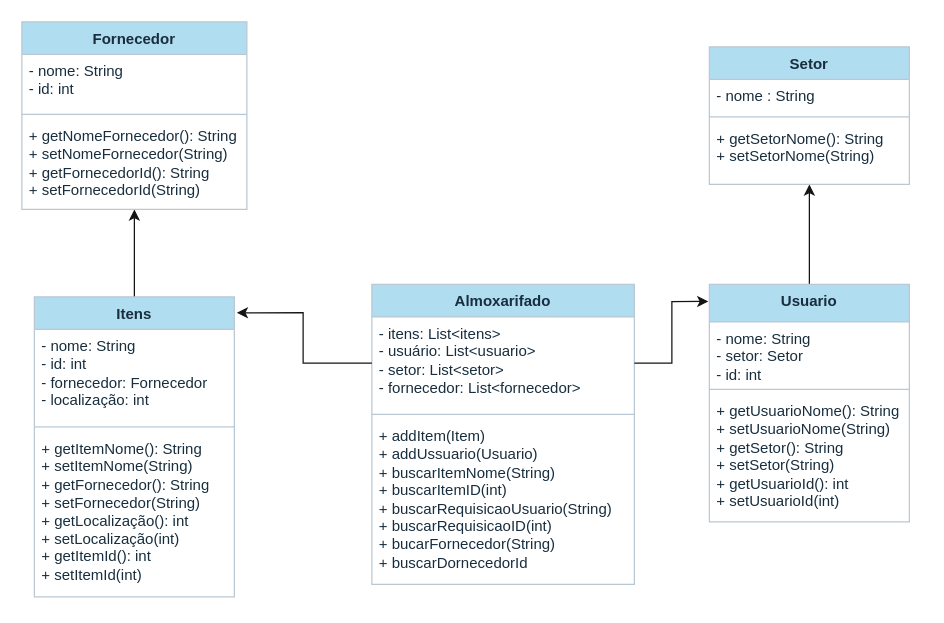
Above: Classes UML - Almox.drawio in BeatrizBonatto/Bertoti (draw.io), before the change. Source tidied: cells renumbered, new cells numbered last; positions are measured from the earlier drawing's top-left corner, leaving out a move shared by most shapes. Both pictures are drawn from the tidied source at 125%, with x=0, y=0 at pixel (21, 21).
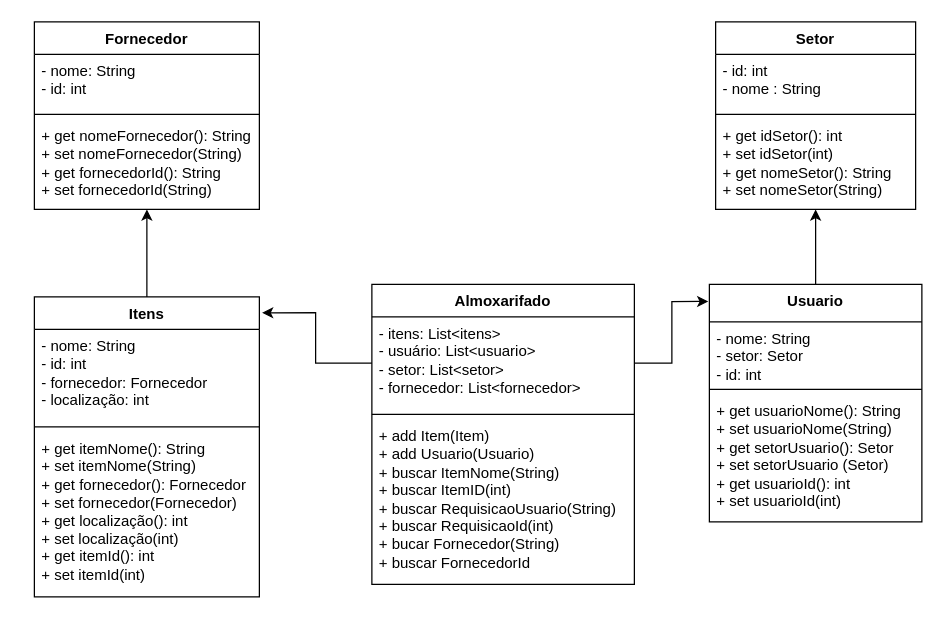
The same diagram, later.

What changed in the source:
```diff
@@
-    <mxCell id="2" value="Almoxarifado" style="swimlane;fontStyle=1;align=center;verticalAlign=top;horizontal=1;startSize=26;whiteSpace=wrap;html=1;labelBackgroundColor=none;fillColor=#B1DDF0;strokeColor=#BAC8D3;fontColor=#182E3E;" parent="1" vertex="1">
+    <mxCell id="2" value="Almoxarifado" style="swimlane;fontStyle=1;align=center;verticalAlign=top;horizontal=1;startSize=26;whiteSpace=wrap;html=1;labelBackgroundColor=none;" parent="1" vertex="1">
       <mxGeometry x="280" y="210" width="210" height="240" as="geometry" />
     </mxCell>
-    <mxCell id="3" value="- itens: List&amp;lt;itens&amp;gt;&lt;br&gt;- usuário: List&amp;lt;usuario&amp;gt;&lt;br&gt;- setor: List&amp;lt;setor&amp;gt;&lt;br&gt;- fornecedor: List&amp;lt;fornecedor&amp;gt;" style="text;strokeColor=none;fillColor=none;align=left;verticalAlign=top;spacingLeft=4;spacingRight=4;overflow=hidden;points=[[0,0.5],[1,0.5]];portConstraint=eastwest;whiteSpace=wrap;html=1;labelBackgroundColor=none;fontColor=#182E3E;" parent="2" vertex="1">
+    <mxCell id="3" value="- itens: List&amp;lt;itens&amp;gt;&lt;br&gt;- usuário: List&amp;lt;usuario&amp;gt;&lt;br&gt;- setor: List&amp;lt;setor&amp;gt;&lt;br&gt;- fornecedor: List&amp;lt;fornecedor&amp;gt;" style="text;strokeColor=none;fillColor=none;align=left;verticalAlign=top;spacingLeft=4;spacingRight=4;overflow=hidden;points=[[0,0.5],[1,0.5]];portConstraint=eastwest;whiteSpace=wrap;html=1;labelBackgroundColor=none;" parent="2" vertex="1">
       <mxGeometry y="26" width="210" height="74" as="geometry" />
     </mxCell>
-    <mxCell id="4" style="line;strokeWidth=1;fillColor=none;align=left;verticalAlign=middle;spacingTop=-1;spacingLeft=3;spacingRight=3;labelPosition=right;strokeColor=#BAC8D3;labelBackgroundColor=none;fontColor=#182E3E;" parent="2" vertex="1">
+    <mxCell id="4" style="line;strokeWidth=1;fillColor=none;align=left;verticalAlign=middle;spacingTop=-1;spacingLeft=3;spacingRight=3;labelPosition=right;labelBackgroundColor=none;" parent="2" vertex="1">
       <mxGeometry y="100" width="210" height="8" as="geometry" />
     </mxCell>
-    <mxCell id="5" value="+ addItem(Item)&lt;br&gt;+ addUssuario(Usuario)&lt;br&gt;+ buscarItemNome(String)&lt;br&gt;+ buscarItemID(int)&lt;br&gt;+ buscarRequisicaoUsuario(String)&lt;br&gt;+ buscarRequisicaoID(int)&lt;br&gt;+ bucarFornecedor(String)&lt;br&gt;+ buscarDornecedorId" style="text;strokeColor=none;fillColor=none;align=left;verticalAlign=top;spacingLeft=4;spacingRight=4;overflow=hidden;whiteSpace=wrap;html=1;labelBackgroundColor=none;fontColor=#182E3E;" parent="2" vertex="1">
+    <mxCell id="5" value="+ add Item(Item)&lt;br&gt;+ add Usuario(Usuario)&lt;br&gt;+ buscar ItemNome(String)&lt;br&gt;+ buscar ItemID(int)&lt;br&gt;+ buscar RequisicaoUsuario(String)&lt;br&gt;+ buscar RequisicaoId(int)&lt;br&gt;+ bucar Fornecedor(String)&lt;br&gt;+ buscar FornecedorId" style="text;strokeColor=none;fillColor=none;align=left;verticalAlign=top;spacingLeft=4;spacingRight=4;overflow=hidden;whiteSpace=wrap;html=1;labelBackgroundColor=none;" parent="2" vertex="1">
       <mxGeometry y="108" width="210" height="132" as="geometry" />
     </mxCell>
-    <mxCell id="6" style="edgeStyle=orthogonalEdgeStyle;rounded=0;jettySize=auto;html=1;exitX=0.5;exitY=0;exitDx=0;exitDy=0;entryX=0.5;entryY=1;entryDx=0;entryDy=0;labelBackgroundColor=none;strokeColor=#141414;fontColor=default;" parent="1" edge="1" source="7" target="16">
+    <mxCell id="6" style="edgeStyle=orthogonalEdgeStyle;rounded=0;jettySize=auto;html=1;exitX=0.5;exitY=0;exitDx=0;exitDy=0;entryX=0.5;entryY=1;entryDx=0;entryDy=0;labelBackgroundColor=none;fontColor=default;" parent="1" edge="1" source="7" target="16">
       <mxGeometry relative="1" as="geometry" />
     </mxCell>
-    <mxCell id="7" value="Itens" style="swimlane;fontStyle=1;align=center;verticalAlign=top;horizontal=1;startSize=26;whiteSpace=wrap;html=1;labelBackgroundColor=none;fillColor=#B1DDF0;strokeColor=#BAC8D3;fontColor=#182E3E;" parent="1" vertex="1">
-      <mxGeometry x="10" y="220" width="160" height="240" as="geometry" />
+    <mxCell id="7" value="Itens" style="swimlane;fontStyle=1;align=center;verticalAlign=top;horizontal=1;startSize=26;whiteSpace=wrap;html=1;labelBackgroundColor=none;" parent="1" vertex="1">
+      <mxGeometry x="10" y="220" width="180" height="240" as="geometry" />
     </mxCell>
-    <mxCell id="8" value="- nome: String&lt;br&gt;- id: int&lt;br&gt;- fornecedor: Fornecedor&lt;br&gt;- localização: int" style="text;strokeColor=none;fillColor=none;align=left;verticalAlign=top;spacingLeft=4;spacingRight=4;overflow=hidden;whiteSpace=wrap;html=1;labelBackgroundColor=none;fontColor=#182E3E;" parent="7" vertex="1">
-      <mxGeometry y="26" width="160" height="74" as="geometry" />
+    <mxCell id="8" value="- nome: String&lt;br&gt;- id: int&lt;br&gt;- fornecedor: Fornecedor&lt;br&gt;- localização: int" style="text;strokeColor=none;fillColor=none;align=left;verticalAlign=top;spacingLeft=4;spacingRight=4;overflow=hidden;whiteSpace=wrap;html=1;labelBackgroundColor=none;" parent="7" vertex="1">
+      <mxGeometry y="26" width="180" height="74" as="geometry" />
     </mxCell>
-    <mxCell id="9" style="line;strokeWidth=1;fillColor=none;align=left;verticalAlign=middle;spacingTop=-1;spacingLeft=3;spacingRight=3;labelPosition=right;strokeColor=#BAC8D3;labelBackgroundColor=none;fontColor=#182E3E;" parent="7" vertex="1">
-      <mxGeometry y="100" width="160" height="8" as="geometry" />
+    <mxCell id="9" style="line;strokeWidth=1;fillColor=none;align=left;verticalAlign=middle;spacingTop=-1;spacingLeft=3;spacingRight=3;labelPosition=right;labelBackgroundColor=none;" parent="7" vertex="1">
+      <mxGeometry y="100" width="180" height="8" as="geometry" />
     </mxCell>
-    <mxCell id="10" value="+ getItemNome(): String&lt;br style=&quot;border-color: var(--border-color);&quot;&gt;+ setItemNome(String)&lt;br&gt;+ getFornecedor(): String&lt;br style=&quot;border-color: var(--border-color);&quot;&gt;+ setFornecedor(String)&lt;br&gt;+ getLocalização(): int&lt;br style=&quot;border-color: var(--border-color);&quot;&gt;+ setLocalização(int)&lt;br&gt;+ getItemId(): int&lt;br&gt;+ setItemId(int)" style="text;strokeColor=none;fillColor=none;align=left;verticalAlign=top;spacingLeft=4;spacingRight=4;overflow=hidden;whiteSpace=wrap;html=1;labelBackgroundColor=none;fontColor=#182E3E;" parent="7" vertex="1">
-      <mxGeometry y="108" width="160" height="132" as="geometry" />
+    <mxCell id="10" value="+ get itemNome(): String&lt;br style=&quot;border-color: var(--border-color);&quot;&gt;+ set itemNome(String)&lt;br&gt;+ get fornecedor(): Fornecedor&lt;br style=&quot;border-color: var(--border-color);&quot;&gt;+ set fornecedor(Fornecedor)&lt;br&gt;+ get localização(): int&lt;br style=&quot;border-color: var(--border-color);&quot;&gt;+ set localização(int)&lt;br&gt;+ get itemId(): int&lt;br&gt;+ set itemId(int)" style="text;strokeColor=none;fillColor=none;align=left;verticalAlign=top;spacingLeft=4;spacingRight=4;overflow=hidden;whiteSpace=wrap;html=1;labelBackgroundColor=none;" parent="7" vertex="1">
+      <mxGeometry y="108" width="180" height="132" as="geometry" />
     </mxCell>
-    <mxCell id="11" style="edgeStyle=orthogonalEdgeStyle;rounded=0;jettySize=auto;html=1;exitX=0.5;exitY=0;exitDx=0;exitDy=0;entryX=0.5;entryY=1;entryDx=0;entryDy=0;entryPerimeter=0;labelBackgroundColor=none;strokeColor=#141414;fontColor=default;" parent="1" edge="1" source="12" target="23">
+    <mxCell id="11" style="edgeStyle=orthogonalEdgeStyle;rounded=0;jettySize=auto;html=1;exitX=0.5;exitY=0;exitDx=0;exitDy=0;entryX=0.5;entryY=1;entryDx=0;entryDy=0;entryPerimeter=0;labelBackgroundColor=none;fontColor=default;" parent="1" edge="1" source="12" target="23">
       <mxGeometry relative="1" as="geometry" />
     </mxCell>
-    <mxCell id="12" value="Usuario" style="swimlane;fontStyle=1;align=center;verticalAlign=top;horizontal=1;startSize=30;whiteSpace=wrap;html=1;labelBackgroundColor=none;fillColor=#B1DDF0;strokeColor=#BAC8D3;fontColor=#182E3E;" parent="1" vertex="1">
-      <mxGeometry x="550" y="210" width="160" height="190" as="geometry" />
+    <mxCell id="12" value="Usuario" style="swimlane;fontStyle=1;align=center;verticalAlign=top;horizontal=1;startSize=30;whiteSpace=wrap;html=1;labelBackgroundColor=none;" parent="1" vertex="1">
+      <mxGeometry x="550" y="210" width="170" height="190" as="geometry" />
     </mxCell>
-    <mxCell id="13" value="- nome: String&lt;br&gt;- setor: Setor&lt;br&gt;- id: int" style="text;strokeColor=none;fillColor=none;align=left;verticalAlign=top;spacingLeft=4;spacingRight=4;overflow=hidden;whiteSpace=wrap;html=1;labelBackgroundColor=none;fontColor=#182E3E;" parent="12" vertex="1">
-      <mxGeometry y="30" width="160" height="50" as="geometry" />
+    <mxCell id="13" value="- nome: String&lt;br&gt;- setor: Setor&lt;br&gt;- id: int" style="text;strokeColor=none;fillColor=none;align=left;verticalAlign=top;spacingLeft=4;spacingRight=4;overflow=hidden;whiteSpace=wrap;html=1;labelBackgroundColor=none;" parent="12" vertex="1">
+      <mxGeometry y="30" width="170" height="50" as="geometry" />
     </mxCell>
-    <mxCell id="14" style="line;strokeWidth=1;fillColor=none;align=left;verticalAlign=middle;spacingTop=-1;spacingLeft=3;spacingRight=3;labelPosition=right;strokeColor=#BAC8D3;labelBackgroundColor=none;fontColor=#182E3E;" parent="12" vertex="1">
-      <mxGeometry y="80" width="160" height="8" as="geometry" />
+    <mxCell id="14" style="line;strokeWidth=1;fillColor=none;align=left;verticalAlign=middle;spacingTop=-1;spacingLeft=3;spacingRight=3;labelPosition=right;labelBackgroundColor=none;" parent="12" vertex="1">
+      <mxGeometry y="80" width="170" height="8" as="geometry" />
     </mxCell>
-    <mxCell id="15" value="+ getUsuarioNome(): String&lt;br&gt;+ setUsuarioNome(String)&lt;br&gt;+ getSetor(): String&lt;br style=&quot;border-color: var(--border-color);&quot;&gt;+ setSetor(String)&lt;br&gt;+ getUsuarioId(): int&lt;br style=&quot;border-color: var(--border-color);&quot;&gt;+ setUsuarioId(int)" style="text;strokeColor=none;fillColor=none;align=left;verticalAlign=top;spacingLeft=4;spacingRight=4;overflow=hidden;whiteSpace=wrap;html=1;labelBackgroundColor=none;fontColor=#182E3E;" parent="12" vertex="1">
-      <mxGeometry y="88" width="160" height="102" as="geometry" />
+    <mxCell id="15" value="+ get usuarioNome(): String&lt;br&gt;+ set usuarioNome(String)&lt;br&gt;+ get setorUsuario(): Setor&lt;br style=&quot;border-color: var(--border-color);&quot;&gt;+ set setorUsuario (Setor)&lt;br&gt;+ get usuarioId(): int&lt;br style=&quot;border-color: var(--border-color);&quot;&gt;+ set usuarioId(int)" style="text;strokeColor=none;fillColor=none;align=left;verticalAlign=top;spacingLeft=4;spacingRight=4;overflow=hidden;whiteSpace=wrap;html=1;labelBackgroundColor=none;" parent="12" vertex="1">
+      <mxGeometry y="88" width="170" height="102" as="geometry" />
     </mxCell>
-    <mxCell id="16" value="Fornecedor" style="swimlane;fontStyle=1;align=center;verticalAlign=top;horizontal=1;startSize=26;whiteSpace=wrap;html=1;labelBackgroundColor=none;fillColor=#B1DDF0;strokeColor=#BAC8D3;fontColor=#182E3E;" parent="1" vertex="1">
-      <mxGeometry width="180" height="150" as="geometry" />
+    <mxCell id="16" value="Fornecedor" style="swimlane;fontStyle=1;align=center;verticalAlign=top;horizontal=1;startSize=26;whiteSpace=wrap;html=1;labelBackgroundColor=none;" parent="1" vertex="1">
+      <mxGeometry x="10" width="180" height="150" as="geometry" />
     </mxCell>
-    <mxCell id="17" value="- nome: String&lt;br&gt;- id: int" style="text;strokeColor=none;fillColor=none;align=left;verticalAlign=top;spacingLeft=4;spacingRight=4;overflow=hidden;whiteSpace=wrap;html=1;labelBackgroundColor=none;fontColor=#182E3E;" parent="16" vertex="1">
+    <mxCell id="17" value="- nome: String&lt;br&gt;- id: int" style="text;strokeColor=none;fillColor=none;align=left;verticalAlign=top;spacingLeft=4;spacingRight=4;overflow=hidden;whiteSpace=wrap;html=1;labelBackgroundColor=none;" parent="16" vertex="1">
       <mxGeometry y="26" width="180" height="44" as="geometry" />
     </mxCell>
-    <mxCell id="18" style="line;strokeWidth=1;fillColor=none;align=left;verticalAlign=middle;spacingTop=-1;spacingLeft=3;spacingRight=3;labelPosition=right;strokeColor=#BAC8D3;labelBackgroundColor=none;fontColor=#182E3E;" parent="16" vertex="1">
+    <mxCell id="18" style="line;strokeWidth=1;fillColor=none;align=left;verticalAlign=middle;spacingTop=-1;spacingLeft=3;spacingRight=3;labelPosition=right;labelBackgroundColor=none;" parent="16" vertex="1">
       <mxGeometry y="70" width="180" height="8" as="geometry" />
     </mxCell>
-    <mxCell id="19" value="+ getNomeFornecedor(): String&lt;br&gt;+ setNomeFornecedor(String)&lt;br&gt;+ getFornecedorId(): String&lt;br&gt;+ setFornecedorId(String)" style="text;strokeColor=none;fillColor=none;align=left;verticalAlign=top;spacingLeft=4;spacingRight=4;overflow=hidden;whiteSpace=wrap;html=1;labelBackgroundColor=none;fontColor=#182E3E;" parent="16" vertex="1">
+    <mxCell id="19" value="+ get nomeFornecedor(): String&lt;br&gt;+ set nomeFornecedor(String)&lt;br&gt;+ get fornecedorId(): String&lt;br&gt;+ set fornecedorId(String)" style="text;strokeColor=none;fillColor=none;align=left;verticalAlign=top;spacingLeft=4;spacingRight=4;overflow=hidden;whiteSpace=wrap;html=1;labelBackgroundColor=none;" parent="16" vertex="1">
       <mxGeometry y="78" width="180" height="72" as="geometry" />
     </mxCell>
-    <mxCell id="20" value="Setor" style="swimlane;fontStyle=1;align=center;verticalAlign=top;horizontal=1;startSize=26;whiteSpace=wrap;html=1;labelBackgroundColor=none;fillColor=#B1DDF0;strokeColor=#BAC8D3;fontColor=#182E3E;" parent="1" vertex="1">
-      <mxGeometry x="550" y="20" width="160" height="110" as="geometry" />
+    <mxCell id="20" value="Setor" style="swimlane;fontStyle=1;align=center;verticalAlign=top;horizontal=1;startSize=26;whiteSpace=wrap;html=1;labelBackgroundColor=none;" parent="1" vertex="1">
+      <mxGeometry x="555" width="160" height="150" as="geometry" />
     </mxCell>
-    <mxCell id="21" value="- nome : String" style="text;strokeColor=none;fillColor=none;align=left;verticalAlign=top;spacingLeft=4;spacingRight=4;overflow=hidden;whiteSpace=wrap;html=1;labelBackgroundColor=none;fontColor=#182E3E;" parent="20" vertex="1">
-      <mxGeometry y="26" width="160" height="26" as="geometry" />
+    <mxCell id="21" value="- id: int&lt;br&gt;- nome : String" style="text;strokeColor=none;fillColor=none;align=left;verticalAlign=top;spacingLeft=4;spacingRight=4;overflow=hidden;whiteSpace=wrap;html=1;labelBackgroundColor=none;" parent="20" vertex="1">
+      <mxGeometry y="26" width="160" height="44" as="geometry" />
     </mxCell>
-    <mxCell id="22" style="line;strokeWidth=1;fillColor=none;align=left;verticalAlign=middle;spacingTop=-1;spacingLeft=3;spacingRight=3;labelPosition=right;strokeColor=#BAC8D3;labelBackgroundColor=none;fontColor=#182E3E;" parent="20" vertex="1">
-      <mxGeometry y="52" width="160" height="8" as="geometry" />
+    <mxCell id="22" style="line;strokeWidth=1;fillColor=none;align=left;verticalAlign=middle;spacingTop=-1;spacingLeft=3;spacingRight=3;labelPosition=right;labelBackgroundColor=none;" parent="20" vertex="1">
+      <mxGeometry y="70" width="160" height="8" as="geometry" />
     </mxCell>
-    <mxCell id="23" value="+ getSetorNome(): String&lt;br style=&quot;border-color: var(--border-color);&quot;&gt;+ setSetorNome(String)" style="text;strokeColor=none;fillColor=none;align=left;verticalAlign=top;spacingLeft=4;spacingRight=4;overflow=hidden;points=[[0,0.5],[1,0.5]];portConstraint=eastwest;whiteSpace=wrap;html=1;labelBackgroundColor=none;fontColor=#182E3E;" parent="20" vertex="1">
-      <mxGeometry y="60" width="160" height="50" as="geometry" />
+    <mxCell id="23" value="+ get idSetor(): int&lt;br style=&quot;border-color: var(--border-color);&quot;&gt;+ set idSetor(int)&lt;br&gt;+ get nomeSetor(): String&lt;br style=&quot;border-color: var(--border-color);&quot;&gt;+ set nomeSetor(String)" style="text;strokeColor=none;fillColor=none;align=left;verticalAlign=top;spacingLeft=4;spacingRight=4;overflow=hidden;points=[[0,0.5],[1,0.5]];portConstraint=eastwest;whiteSpace=wrap;html=1;labelBackgroundColor=none;" parent="20" vertex="1">
+      <mxGeometry y="78" width="160" height="72" as="geometry" />
     </mxCell>
-    <mxCell id="24" style="edgeStyle=orthogonalEdgeStyle;rounded=0;jettySize=auto;html=1;exitX=0;exitY=0.5;exitDx=0;exitDy=0;entryX=1.012;entryY=0.053;entryDx=0;entryDy=0;entryPerimeter=0;labelBackgroundColor=none;strokeColor=#141414;fontColor=default;" parent="1" edge="1" source="3" target="7">
+    <mxCell id="24" style="edgeStyle=orthogonalEdgeStyle;rounded=0;jettySize=auto;html=1;exitX=0;exitY=0.5;exitDx=0;exitDy=0;entryX=1.012;entryY=0.053;entryDx=0;entryDy=0;entryPerimeter=0;labelBackgroundColor=none;fontColor=default;" parent="1" edge="1" source="3" target="7">
       <mxGeometry relative="1" as="geometry" />
     </mxCell>
-    <mxCell id="25" style="edgeStyle=orthogonalEdgeStyle;rounded=0;jettySize=auto;html=1;exitX=1;exitY=0.5;exitDx=0;exitDy=0;entryX=-0.005;entryY=0.072;entryDx=0;entryDy=0;entryPerimeter=0;labelBackgroundColor=none;strokeColor=#141414;fontColor=default;" parent="1" edge="1" source="3" target="12">
+    <mxCell id="25" style="edgeStyle=orthogonalEdgeStyle;rounded=0;jettySize=auto;html=1;exitX=1;exitY=0.5;exitDx=0;exitDy=0;entryX=-0.005;entryY=0.072;entryDx=0;entryDy=0;entryPerimeter=0;labelBackgroundColor=none;fontColor=default;" parent="1" edge="1" source="3" target="12">
       <mxGeometry relative="1" as="geometry" />
     </mxCell>
```
